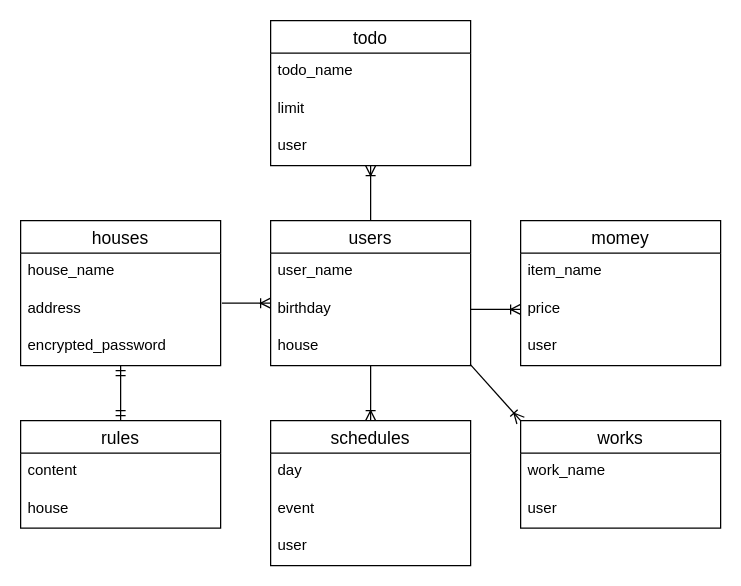
Earlier version of the draw.io diagram ER.dio (umedayuuki/sharehouse-management). Source tidied: cells renumbered, new cells numbered last; positions are measured from the earlier drawing's top-left corner, leaving out a move shared by most shapes. Both pictures are drawn from the tidied source at 125%, with x=0, y=0 at pixel (20, 20).
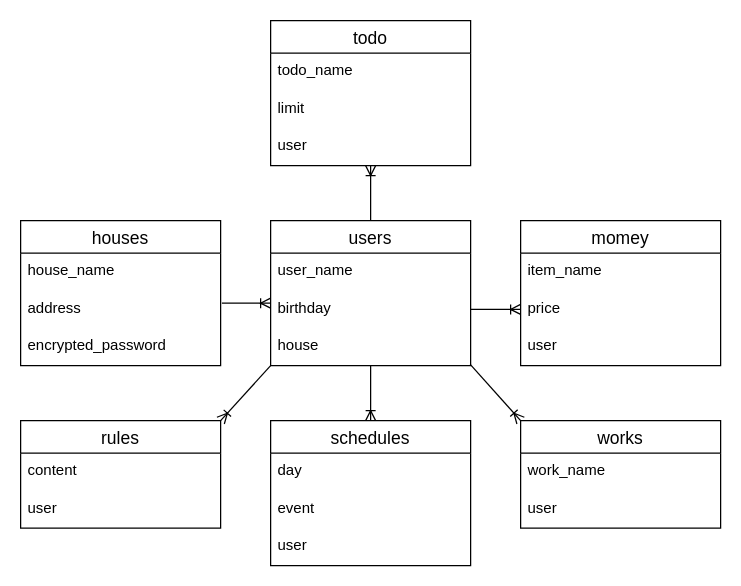
The same diagram, later.

Unchanged cells that the change refers to:
```xml
<mxCell id="5" value="encrypted_password" style="text;strokeColor=none;fillColor=none;spacingLeft=4;spacingRight=4;overflow=hidden;points=[[0,0.5],[1,0.5]];portConstraint=eastwest;fontSize=12;" parent="2" vertex="1">
  <mxGeometry y="86" width="160" height="30" as="geometry" />
</mxCell>
<mxCell id="6" value="users" style="swimlane;fontStyle=0;horizontal=1;startSize=26;align=center;fontSize=14;" parent="1" vertex="1">
  <mxGeometry x="200" y="160" width="160" height="116" as="geometry" />
</mxCell>
<mxCell id="21" value="rules" style="swimlane;fontStyle=0;horizontal=1;startSize=26;align=center;fontSize=14;" parent="1" vertex="1">
  <mxGeometry y="320" width="160" height="86" as="geometry" />
</mxCell>
```

The edit, as a diff of the source:
```diff
@@
-    <mxCell id="23" value="house" style="text;strokeColor=none;fillColor=none;spacingLeft=4;spacingRight=4;overflow=hidden;fontSize=12;" parent="21" vertex="1">
+    <mxCell id="23" value="user" style="text;strokeColor=none;fillColor=none;spacingLeft=4;spacingRight=4;overflow=hidden;fontSize=12;" parent="21" vertex="1">
       <mxGeometry y="56" width="160" height="30" as="geometry" />
     </mxCell>
@@
-    <mxCell id="25" style="fontSize=12;html=1;endArrow=ERmandOne;startArrow=ERmandOne;exitX=0.5;exitY=0;exitDx=0;exitDy=0;" parent="1" edge="1" source="21" target="5">
-      <mxGeometry relative="1" as="geometry" />
-    </mxCell>
@@
+    <mxCell id="34" style="fontSize=12;html=1;endArrow=ERoneToMany;entryX=1;entryY=0;entryDx=0;entryDy=0;exitX=0;exitY=1;exitDx=0;exitDy=0;" parent="1" edge="1" source="6" target="21">
+      <mxGeometry relative="1" as="geometry" />
+    </mxCell>
```
